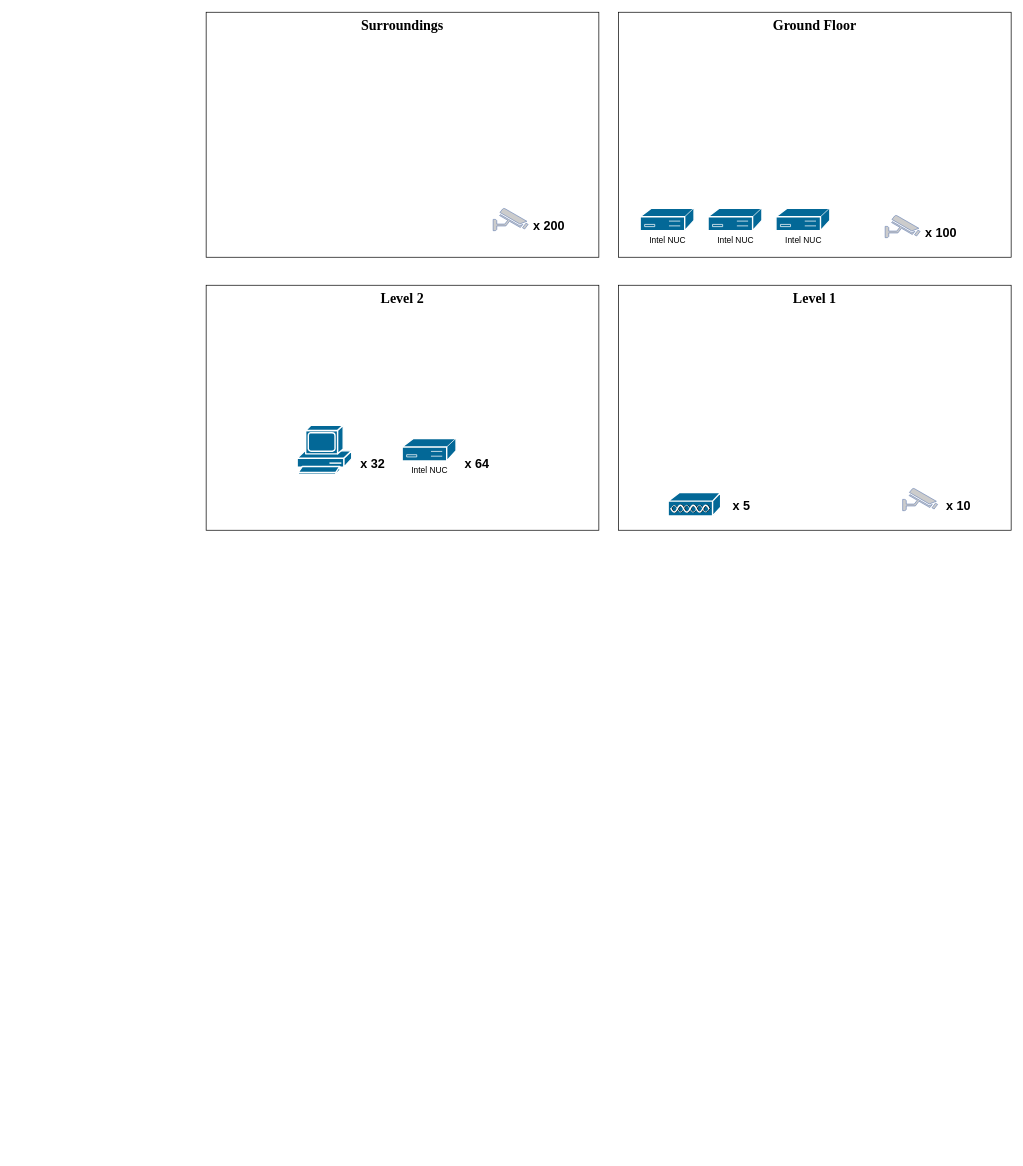
The draw.io diagram Network Design.drawio in SohamA12345/Project, before the edit. Source tidied: cells renumbered, new cells numbered last; positions are measured from the earlier drawing's top-left corner, leaving out a move shared by most shapes. Both pictures are drawn from the tidied source at 70%, with x=0, y=0 at pixel (206, 12).
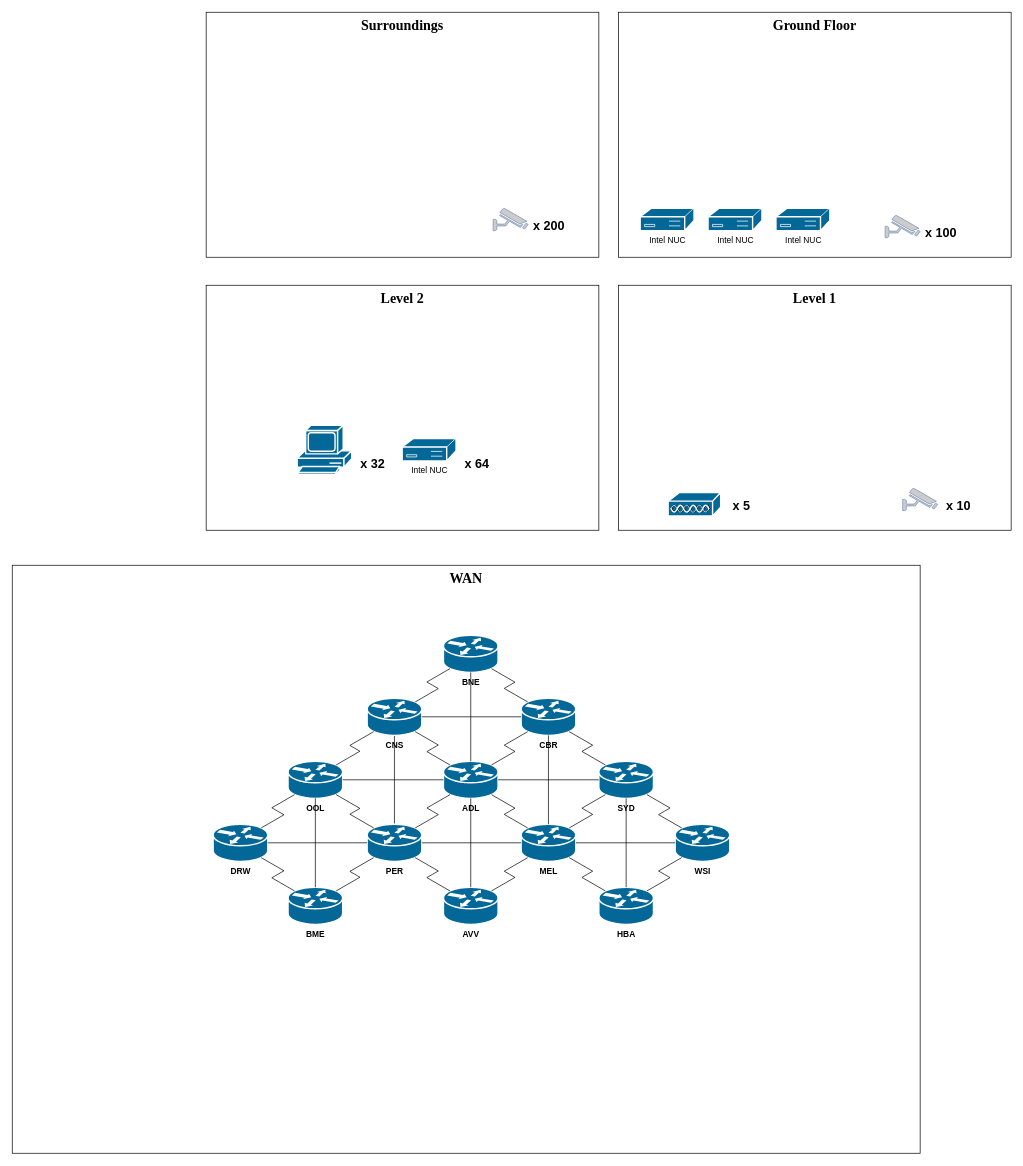
Above is the later version.

Change to the diagram source:
```diff
@@
+    <mxCell id="21" value="&lt;b&gt;WAN&lt;/b&gt;" style="whiteSpace=wrap;html=1;align=center;verticalAlign=top;fontFamily=Times New Roman;fontSize=20;" parent="1" vertex="1">
+      <mxGeometry x="-277" y="790" width="1297" height="840" as="geometry" />
+    </mxCell>
+    <mxCell id="22" value="&lt;b&gt;ADL&lt;/b&gt;" style="strokeColor=#ffffff;sketch=0;html=1;dashed=0;fillColor=#036897;strokeWidth=2;verticalLabelPosition=bottom;verticalAlign=top;align=center;outlineConnect=0;shape=mxgraph.cisco.routers.router;" parent="1" vertex="1">
+      <mxGeometry x="339" y="1070" width="78" height="53" as="geometry" />
+    </mxCell>
+    <mxCell id="23" value="&lt;b&gt;MEL&lt;/b&gt;" style="strokeColor=#ffffff;sketch=0;html=1;dashed=0;fillColor=#036897;strokeWidth=2;verticalLabelPosition=bottom;verticalAlign=top;align=center;outlineConnect=0;shape=mxgraph.cisco.routers.router;" parent="1" vertex="1">
+      <mxGeometry x="450" y="1160" width="78" height="53" as="geometry" />
+    </mxCell>
+    <mxCell id="24" style="edgeStyle=orthogonalEdgeStyle;rounded=0;jettySize=auto;html=1;exitX=0.5;exitY=1;exitDx=0;exitDy=0;exitPerimeter=0;strokeColor=light-dark(#000000,#990000);align=center;verticalAlign=middle;fontFamily=Helvetica;fontSize=11;fontColor=default;labelBackgroundColor=default;elbow=vertical;endArrow=none;endFill=0;" parent="1" edge="1" source="25" target="26">
+      <mxGeometry relative="1" as="geometry" />
+    </mxCell>
+    <mxCell id="25" value="&lt;b&gt;CNS&lt;/b&gt;" style="strokeColor=#ffffff;sketch=0;html=1;dashed=0;fillColor=#036897;strokeWidth=2;verticalLabelPosition=bottom;verticalAlign=top;align=center;outlineConnect=0;shape=mxgraph.cisco.routers.router;" parent="1" vertex="1">
+      <mxGeometry x="230" y="980" width="78" height="53" as="geometry" />
+    </mxCell>
+    <mxCell id="26" value="&lt;b&gt;PER&lt;/b&gt;" style="strokeColor=#ffffff;sketch=0;html=1;dashed=0;fillColor=#036897;strokeWidth=2;verticalLabelPosition=bottom;verticalAlign=top;align=center;outlineConnect=0;shape=mxgraph.cisco.routers.router;" parent="1" vertex="1">
+      <mxGeometry x="230" y="1160" width="78" height="53" as="geometry" />
+    </mxCell>
+    <mxCell id="27" value="&lt;b&gt;SYD&lt;/b&gt;" style="strokeColor=#ffffff;sketch=0;html=1;dashed=0;fillColor=#036897;strokeWidth=2;verticalLabelPosition=bottom;verticalAlign=top;align=center;outlineConnect=0;shape=mxgraph.cisco.routers.router;" parent="1" vertex="1">
+      <mxGeometry x="561" y="1070" width="78" height="53" as="geometry" />
+    </mxCell>
+    <mxCell id="28" value="&lt;b&gt;AVV&lt;/b&gt;" style="strokeColor=#ffffff;sketch=0;html=1;dashed=0;fillColor=#036897;strokeWidth=2;verticalLabelPosition=bottom;verticalAlign=top;align=center;outlineConnect=0;shape=mxgraph.cisco.routers.router;" parent="1" vertex="1">
+      <mxGeometry x="339" y="1250" width="78" height="53" as="geometry" />
+    </mxCell>
+    <mxCell id="29" value="&lt;b&gt;DRW&lt;/b&gt;" style="strokeColor=#ffffff;sketch=0;html=1;dashed=0;fillColor=#036897;strokeWidth=2;verticalLabelPosition=bottom;verticalAlign=top;align=center;outlineConnect=0;shape=mxgraph.cisco.routers.router;" parent="1" vertex="1">
+      <mxGeometry x="10" y="1160" width="78" height="53" as="geometry" />
+    </mxCell>
+    <mxCell id="30" value="&lt;b&gt;BNE&lt;/b&gt;" style="strokeColor=#ffffff;sketch=0;html=1;dashed=0;fillColor=#036897;strokeWidth=2;verticalLabelPosition=bottom;verticalAlign=top;align=center;outlineConnect=0;shape=mxgraph.cisco.routers.router;" parent="1" vertex="1">
+      <mxGeometry x="339" y="890" width="78" height="53" as="geometry" />
+    </mxCell>
+    <mxCell id="31" value="&lt;b&gt;WSI&lt;/b&gt;" style="strokeColor=#ffffff;sketch=0;html=1;dashed=0;fillColor=#036897;strokeWidth=2;verticalLabelPosition=bottom;verticalAlign=top;align=center;outlineConnect=0;shape=mxgraph.cisco.routers.router;" parent="1" vertex="1">
+      <mxGeometry x="670" y="1160" width="78" height="53" as="geometry" />
+    </mxCell>
+    <mxCell id="32" value="&lt;b&gt;BME&lt;/b&gt;" style="strokeColor=#ffffff;sketch=0;html=1;dashed=0;fillColor=#036897;strokeWidth=2;verticalLabelPosition=bottom;verticalAlign=top;align=center;outlineConnect=0;shape=mxgraph.cisco.routers.router;" parent="1" vertex="1">
+      <mxGeometry x="117" y="1250" width="78" height="53" as="geometry" />
+    </mxCell>
+    <mxCell id="33" value="&lt;b&gt;CBR&lt;/b&gt;" style="strokeColor=#ffffff;sketch=0;html=1;dashed=0;fillColor=#036897;strokeWidth=2;verticalLabelPosition=bottom;verticalAlign=top;align=center;outlineConnect=0;shape=mxgraph.cisco.routers.router;" parent="1" vertex="1">
+      <mxGeometry x="450" y="980" width="78" height="53" as="geometry" />
+    </mxCell>
+    <mxCell id="34" value="&lt;b&gt;OOL&lt;/b&gt;" style="strokeColor=#ffffff;sketch=0;html=1;dashed=0;fillColor=#036897;strokeWidth=2;verticalLabelPosition=bottom;verticalAlign=top;align=center;outlineConnect=0;shape=mxgraph.cisco.routers.router;" parent="1" vertex="1">
+      <mxGeometry x="117" y="1070" width="78" height="53" as="geometry" />
+    </mxCell>
+    <mxCell id="35" value="&lt;b&gt;HBA&lt;/b&gt;" style="strokeColor=#ffffff;sketch=0;html=1;dashed=0;fillColor=#036897;strokeWidth=2;verticalLabelPosition=bottom;verticalAlign=top;align=center;outlineConnect=0;shape=mxgraph.cisco.routers.router;" parent="1" vertex="1">
+      <mxGeometry x="561" y="1250" width="78" height="53" as="geometry" />
+    </mxCell>
+    <mxCell id="36" style="edgeStyle=isometricEdgeStyle;rounded=0;jettySize=auto;html=1;strokeColor=light-dark(#000000,#990000);endArrow=none;endFill=0;exitX=0.88;exitY=0.9;exitDx=0;exitDy=0;exitPerimeter=0;entryX=0.12;entryY=0.1;entryDx=0;entryDy=0;entryPerimeter=0;elbow=vertical;" parent="1" edge="1" source="22" target="23">
+      <mxGeometry relative="1" as="geometry" />
+    </mxCell>
+    <mxCell id="37" style="edgeStyle=isometricEdgeStyle;rounded=0;jettySize=auto;html=1;exitX=0.88;exitY=0.9;exitDx=0;exitDy=0;exitPerimeter=0;entryX=0.12;entryY=0.1;entryDx=0;entryDy=0;entryPerimeter=0;strokeColor=light-dark(#000000,#990000);align=center;verticalAlign=middle;fontFamily=Helvetica;fontSize=11;fontColor=default;labelBackgroundColor=default;elbow=vertical;endArrow=none;endFill=0;" parent="1" edge="1" source="23" target="35">
+      <mxGeometry relative="1" as="geometry" />
+    </mxCell>
+    <mxCell id="38" style="edgeStyle=isometricEdgeStyle;rounded=0;jettySize=auto;html=1;exitX=0.88;exitY=0.1;exitDx=0;exitDy=0;exitPerimeter=0;entryX=0.12;entryY=0.9;entryDx=0;entryDy=0;entryPerimeter=0;strokeColor=light-dark(#000000,#990000);align=center;verticalAlign=middle;fontFamily=Helvetica;fontSize=11;fontColor=default;labelBackgroundColor=default;endArrow=none;endFill=0;" parent="1" edge="1" source="23" target="27">
+      <mxGeometry relative="1" as="geometry" />
+    </mxCell>
+    <mxCell id="39" style="edgeStyle=isometricEdgeStyle;rounded=0;jettySize=auto;html=1;exitX=0.88;exitY=0.9;exitDx=0;exitDy=0;exitPerimeter=0;entryX=0.12;entryY=0.1;entryDx=0;entryDy=0;entryPerimeter=0;strokeColor=light-dark(#000000,#990000);align=center;verticalAlign=middle;fontFamily=Helvetica;fontSize=11;fontColor=default;labelBackgroundColor=default;elbow=vertical;endArrow=none;endFill=0;" parent="1" edge="1" source="27" target="31">
+      <mxGeometry relative="1" as="geometry" />
+    </mxCell>
+    <mxCell id="40" style="edgeStyle=isometricEdgeStyle;rounded=0;jettySize=auto;html=1;exitX=0.12;exitY=0.9;exitDx=0;exitDy=0;exitPerimeter=0;entryX=0.88;entryY=0.1;entryDx=0;entryDy=0;entryPerimeter=0;strokeColor=light-dark(#000000,#990000);align=center;verticalAlign=middle;fontFamily=Helvetica;fontSize=11;fontColor=default;labelBackgroundColor=default;endArrow=none;endFill=0;" parent="1" edge="1" source="31" target="35">
+      <mxGeometry relative="1" as="geometry" />
+    </mxCell>
+    <mxCell id="41" style="rounded=0;jettySize=auto;html=1;exitX=0.5;exitY=1;exitDx=0;exitDy=0;exitPerimeter=0;entryX=0.5;entryY=0;entryDx=0;entryDy=0;entryPerimeter=0;strokeColor=light-dark(#000000,#990000);align=center;verticalAlign=middle;fontFamily=Helvetica;fontSize=11;fontColor=default;labelBackgroundColor=default;endArrow=none;endFill=0;elbow=vertical;" parent="1" edge="1" source="27" target="35">
+      <mxGeometry relative="1" as="geometry" />
+    </mxCell>
+    <mxCell id="42" style="edgeStyle=orthogonalEdgeStyle;rounded=0;jettySize=auto;html=1;exitX=1;exitY=0.5;exitDx=0;exitDy=0;exitPerimeter=0;entryX=0;entryY=0.5;entryDx=0;entryDy=0;entryPerimeter=0;strokeColor=light-dark(#000000,#990000);align=center;verticalAlign=middle;fontFamily=Helvetica;fontSize=11;fontColor=default;labelBackgroundColor=default;elbow=vertical;endArrow=none;endFill=0;" parent="1" edge="1" source="23" target="31">
+      <mxGeometry relative="1" as="geometry" />
+    </mxCell>
+    <mxCell id="43" style="edgeStyle=isometricEdgeStyle;rounded=0;jettySize=auto;html=1;exitX=0.12;exitY=0.9;exitDx=0;exitDy=0;exitPerimeter=0;entryX=0.88;entryY=0.1;entryDx=0;entryDy=0;entryPerimeter=0;strokeColor=light-dark(#000000,#990000);align=center;verticalAlign=middle;fontFamily=Helvetica;fontSize=11;fontColor=default;labelBackgroundColor=default;endArrow=none;endFill=0;" parent="1" edge="1" source="22" target="26">
+      <mxGeometry relative="1" as="geometry" />
+    </mxCell>
+    <mxCell id="44" style="edgeStyle=orthogonalEdgeStyle;rounded=0;jettySize=auto;html=1;exitX=1;exitY=0.5;exitDx=0;exitDy=0;exitPerimeter=0;entryX=0;entryY=0.5;entryDx=0;entryDy=0;entryPerimeter=0;strokeColor=light-dark(#000000,#990000);align=center;verticalAlign=middle;fontFamily=Helvetica;fontSize=11;fontColor=default;labelBackgroundColor=default;elbow=vertical;endArrow=none;endFill=0;" parent="1" edge="1" source="22" target="27">
+      <mxGeometry relative="1" as="geometry" />
+    </mxCell>
+    <mxCell id="45" style="edgeStyle=orthogonalEdgeStyle;rounded=0;jettySize=auto;html=1;exitX=0.5;exitY=1;exitDx=0;exitDy=0;exitPerimeter=0;entryX=0.5;entryY=0;entryDx=0;entryDy=0;entryPerimeter=0;strokeColor=light-dark(#000000,#990000);align=center;verticalAlign=middle;fontFamily=Helvetica;fontSize=11;fontColor=default;labelBackgroundColor=default;elbow=vertical;endArrow=none;endFill=0;" parent="1" edge="1" source="30" target="22">
+      <mxGeometry relative="1" as="geometry" />
+    </mxCell>
+    <mxCell id="46" style="edgeStyle=orthogonalEdgeStyle;rounded=0;jettySize=auto;html=1;entryX=0.5;entryY=0;entryDx=0;entryDy=0;entryPerimeter=0;strokeColor=light-dark(#000000,#990000);align=center;verticalAlign=middle;fontFamily=Helvetica;fontSize=11;fontColor=default;labelBackgroundColor=default;elbow=vertical;endArrow=none;endFill=0;" parent="1" edge="1" source="22" target="28">
+      <mxGeometry relative="1" as="geometry" />
+    </mxCell>
+    <mxCell id="47" style="edgeStyle=isometricEdgeStyle;rounded=0;jettySize=auto;html=1;exitX=0.88;exitY=0.1;exitDx=0;exitDy=0;exitPerimeter=0;entryX=0.12;entryY=0.9;entryDx=0;entryDy=0;entryPerimeter=0;strokeColor=light-dark(#000000,#990000);align=center;verticalAlign=middle;fontFamily=Helvetica;fontSize=11;fontColor=default;labelBackgroundColor=default;endArrow=none;endFill=0;" parent="1" edge="1" source="22" target="33">
+      <mxGeometry relative="1" as="geometry" />
+    </mxCell>
+    <mxCell id="48" style="edgeStyle=isometricEdgeStyle;rounded=0;jettySize=auto;html=1;exitX=0.12;exitY=0.1;exitDx=0;exitDy=0;exitPerimeter=0;entryX=0.88;entryY=0.9;entryDx=0;entryDy=0;entryPerimeter=0;elbow=vertical;strokeColor=light-dark(#000000,#990000);align=center;verticalAlign=middle;fontFamily=Helvetica;fontSize=11;fontColor=default;labelBackgroundColor=default;endArrow=none;endFill=0;" parent="1" edge="1" source="22" target="25">
+      <mxGeometry relative="1" as="geometry" />
+    </mxCell>
+    <mxCell id="49" style="edgeStyle=orthogonalEdgeStyle;rounded=0;jettySize=auto;html=1;exitX=0;exitY=0.5;exitDx=0;exitDy=0;exitPerimeter=0;entryX=1;entryY=0.5;entryDx=0;entryDy=0;entryPerimeter=0;strokeColor=light-dark(#000000,#990000);align=center;verticalAlign=middle;fontFamily=Helvetica;fontSize=11;fontColor=default;labelBackgroundColor=default;elbow=vertical;endArrow=none;endFill=0;" parent="1" edge="1" source="22" target="34">
+      <mxGeometry relative="1" as="geometry" />
+    </mxCell>
+    <mxCell id="50" style="edgeStyle=isometricEdgeStyle;rounded=0;jettySize=auto;html=1;exitX=0.12;exitY=0.9;exitDx=0;exitDy=0;exitPerimeter=0;entryX=0.88;entryY=0.1;entryDx=0;entryDy=0;entryPerimeter=0;strokeColor=light-dark(#000000,#990000);align=center;verticalAlign=middle;fontFamily=Helvetica;fontSize=11;fontColor=default;labelBackgroundColor=default;endArrow=none;endFill=0;" parent="1" edge="1" source="26" target="32">
+      <mxGeometry relative="1" as="geometry" />
+    </mxCell>
+    <mxCell id="51" style="edgeStyle=isometricEdgeStyle;rounded=0;jettySize=auto;html=1;exitX=0.12;exitY=0.1;exitDx=0;exitDy=0;exitPerimeter=0;entryX=0.88;entryY=0.9;entryDx=0;entryDy=0;entryPerimeter=0;elbow=vertical;strokeColor=light-dark(#000000,#990000);align=center;verticalAlign=middle;fontFamily=Helvetica;fontSize=11;fontColor=default;labelBackgroundColor=default;endArrow=none;endFill=0;" parent="1" edge="1" source="26" target="34">
+      <mxGeometry relative="1" as="geometry" />
+    </mxCell>
+    <mxCell id="52" style="edgeStyle=isometricEdgeStyle;rounded=0;jettySize=auto;html=1;exitX=0.12;exitY=0.9;exitDx=0;exitDy=0;exitPerimeter=0;entryX=0.88;entryY=0.1;entryDx=0;entryDy=0;entryPerimeter=0;strokeColor=light-dark(#000000,#990000);align=center;verticalAlign=middle;fontFamily=Helvetica;fontSize=11;fontColor=default;labelBackgroundColor=default;endArrow=none;endFill=0;" parent="1" edge="1" source="23" target="28">
+      <mxGeometry relative="1" as="geometry" />
+    </mxCell>
+    <mxCell id="53" style="edgeStyle=isometricEdgeStyle;rounded=0;jettySize=auto;html=1;exitX=0.88;exitY=0.9;exitDx=0;exitDy=0;exitPerimeter=0;entryX=0.12;entryY=0.1;entryDx=0;entryDy=0;entryPerimeter=0;elbow=vertical;strokeColor=light-dark(#000000,#990000);align=center;verticalAlign=middle;fontFamily=Helvetica;fontSize=11;fontColor=default;labelBackgroundColor=default;endArrow=none;endFill=0;" parent="1" edge="1" source="26" target="28">
+      <mxGeometry relative="1" as="geometry" />
+    </mxCell>
+    <mxCell id="54" style="edgeStyle=orthogonalEdgeStyle;rounded=0;jettySize=auto;html=1;exitX=1;exitY=0.5;exitDx=0;exitDy=0;exitPerimeter=0;entryX=0;entryY=0.5;entryDx=0;entryDy=0;entryPerimeter=0;strokeColor=light-dark(#000000,#990000);align=center;verticalAlign=middle;fontFamily=Helvetica;fontSize=11;fontColor=default;labelBackgroundColor=default;elbow=vertical;endArrow=none;endFill=0;" parent="1" edge="1" source="26" target="23">
+      <mxGeometry relative="1" as="geometry" />
+    </mxCell>
+    <mxCell id="55" style="edgeStyle=isometricEdgeStyle;rounded=0;jettySize=auto;html=1;exitX=0.88;exitY=0.9;exitDx=0;exitDy=0;exitPerimeter=0;entryX=0.12;entryY=0.1;entryDx=0;entryDy=0;entryPerimeter=0;elbow=vertical;strokeColor=light-dark(#000000,#990000);align=center;verticalAlign=middle;fontFamily=Helvetica;fontSize=11;fontColor=default;labelBackgroundColor=default;endArrow=none;endFill=0;" parent="1" edge="1" source="30" target="33">
+      <mxGeometry relative="1" as="geometry" />
+    </mxCell>
+    <mxCell id="56" style="edgeStyle=isometricEdgeStyle;rounded=0;jettySize=auto;html=1;exitX=0.88;exitY=0.9;exitDx=0;exitDy=0;exitPerimeter=0;entryX=0.12;entryY=0.1;entryDx=0;entryDy=0;entryPerimeter=0;strokeColor=light-dark(#000000,#990000);align=center;verticalAlign=middle;fontFamily=Helvetica;fontSize=11;fontColor=default;labelBackgroundColor=default;elbow=vertical;endArrow=none;endFill=0;" parent="1" edge="1" source="33" target="27">
+      <mxGeometry relative="1" as="geometry" />
+    </mxCell>
+    <mxCell id="57" style="edgeStyle=isometricEdgeStyle;rounded=0;jettySize=auto;html=1;exitX=0.12;exitY=0.9;exitDx=0;exitDy=0;exitPerimeter=0;entryX=0.88;entryY=0.1;entryDx=0;entryDy=0;entryPerimeter=0;strokeColor=light-dark(#000000,#990000);align=center;verticalAlign=middle;fontFamily=Helvetica;fontSize=11;fontColor=default;labelBackgroundColor=default;endArrow=none;endFill=0;" parent="1" edge="1" source="30" target="25">
+      <mxGeometry relative="1" as="geometry" />
+    </mxCell>
+    <mxCell id="58" style="edgeStyle=isometricEdgeStyle;rounded=0;jettySize=auto;html=1;exitX=0.12;exitY=0.9;exitDx=0;exitDy=0;exitPerimeter=0;entryX=0.88;entryY=0.1;entryDx=0;entryDy=0;entryPerimeter=0;strokeColor=light-dark(#000000,#990000);align=center;verticalAlign=middle;fontFamily=Helvetica;fontSize=11;fontColor=default;labelBackgroundColor=default;endArrow=none;endFill=0;" parent="1" edge="1" source="25" target="34">
+      <mxGeometry relative="1" as="geometry" />
+    </mxCell>
+    <mxCell id="59" style="edgeStyle=isometricEdgeStyle;rounded=0;jettySize=auto;html=1;exitX=0.12;exitY=0.9;exitDx=0;exitDy=0;exitPerimeter=0;entryX=0.88;entryY=0.1;entryDx=0;entryDy=0;entryPerimeter=0;strokeColor=light-dark(#000000,#990000);align=center;verticalAlign=middle;fontFamily=Helvetica;fontSize=11;fontColor=default;labelBackgroundColor=default;endArrow=none;endFill=0;" parent="1" edge="1" source="34" target="29">
+      <mxGeometry relative="1" as="geometry" />
+    </mxCell>
+    <mxCell id="60" style="edgeStyle=orthogonalEdgeStyle;rounded=0;jettySize=auto;html=1;exitX=0.5;exitY=1;exitDx=0;exitDy=0;exitPerimeter=0;entryX=0.5;entryY=0;entryDx=0;entryDy=0;entryPerimeter=0;strokeColor=light-dark(#000000,#990000);align=center;verticalAlign=middle;fontFamily=Helvetica;fontSize=11;fontColor=default;labelBackgroundColor=default;elbow=vertical;endArrow=none;endFill=0;" parent="1" edge="1" source="33" target="23">
+      <mxGeometry relative="1" as="geometry" />
+    </mxCell>
+    <mxCell id="61" style="edgeStyle=orthogonalEdgeStyle;rounded=0;jettySize=auto;html=1;exitX=1;exitY=0.5;exitDx=0;exitDy=0;exitPerimeter=0;entryX=0;entryY=0.5;entryDx=0;entryDy=0;entryPerimeter=0;strokeColor=light-dark(#000000,#990000);align=center;verticalAlign=middle;fontFamily=Helvetica;fontSize=11;fontColor=default;labelBackgroundColor=default;elbow=vertical;endArrow=none;endFill=0;" parent="1" edge="1" source="25" target="33">
+      <mxGeometry relative="1" as="geometry" />
+    </mxCell>
+    <mxCell id="62" style="edgeStyle=orthogonalEdgeStyle;rounded=0;jettySize=auto;html=1;exitX=1;exitY=0.5;exitDx=0;exitDy=0;exitPerimeter=0;entryX=0;entryY=0.5;entryDx=0;entryDy=0;entryPerimeter=0;strokeColor=light-dark(#000000,#990000);align=center;verticalAlign=middle;fontFamily=Helvetica;fontSize=11;fontColor=default;labelBackgroundColor=default;elbow=vertical;endArrow=none;endFill=0;" parent="1" edge="1" source="29" target="26">
+      <mxGeometry relative="1" as="geometry" />
+    </mxCell>
+    <mxCell id="63" style="edgeStyle=orthogonalEdgeStyle;rounded=0;jettySize=auto;html=1;exitX=0.5;exitY=1;exitDx=0;exitDy=0;exitPerimeter=0;entryX=0.5;entryY=0;entryDx=0;entryDy=0;entryPerimeter=0;strokeColor=light-dark(#000000,#990000);align=center;verticalAlign=middle;fontFamily=Helvetica;fontSize=11;fontColor=default;labelBackgroundColor=default;elbow=vertical;endArrow=none;endFill=0;" parent="1" edge="1" source="34" target="32">
+      <mxGeometry relative="1" as="geometry" />
+    </mxCell>
+    <mxCell id="64" style="edgeStyle=isometricEdgeStyle;rounded=0;jettySize=auto;html=1;exitX=0.88;exitY=0.9;exitDx=0;exitDy=0;exitPerimeter=0;entryX=0.12;entryY=0.1;entryDx=0;entryDy=0;entryPerimeter=0;strokeColor=light-dark(#000000,#990000);align=center;verticalAlign=middle;fontFamily=Helvetica;fontSize=11;fontColor=default;labelBackgroundColor=default;elbow=vertical;endArrow=none;endFill=0;" parent="1" edge="1" source="29" target="32">
+      <mxGeometry relative="1" as="geometry" />
+    </mxCell>
```
